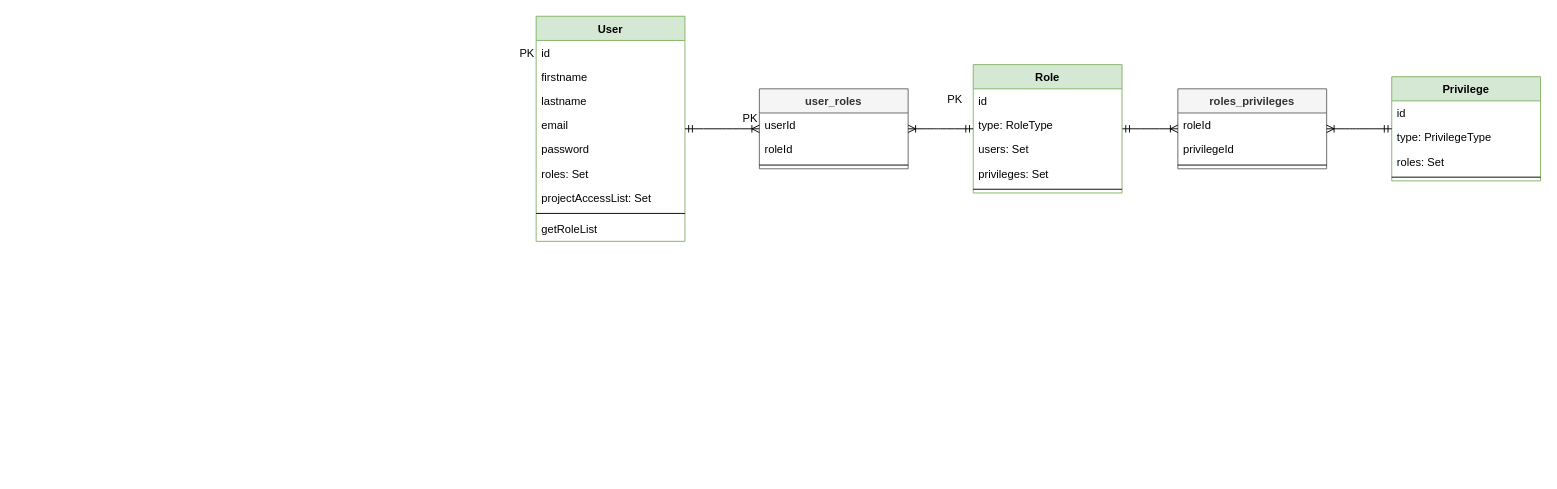
Before: docs/3 infrastructure/database model.drawio in catalinaluta/travel-app, a draw.io diagram. Source tidied: cells renumbered, new cells numbered last; positions are measured from the earlier drawing's top-left corner, leaving out a move shared by most shapes. Both pictures are drawn from the tidied source at 93%, with x=0, y=0 at pixel (512, 16).
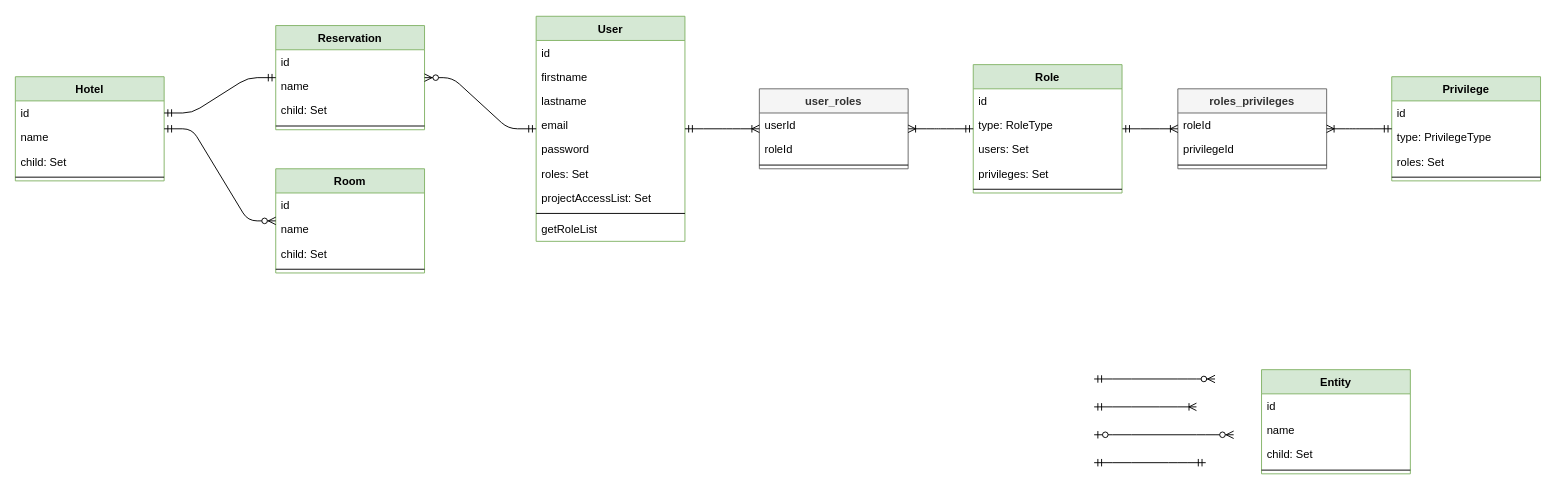
After the change.

Unchanged cells that the change refers to:
```xml
<mxCell id="13" value="User" style="swimlane;fontStyle=1;align=center;verticalAlign=top;horizontal=1;startSize=26;fillColor=#d5e8d4;strokeColor=#82b366;" parent="1" vertex="1">
  <mxGeometry x="25" width="160" height="242" as="geometry" />
</mxCell>
```

What changed in the source:
```diff
@@
-    <mxCell id="35" value="PK" style="text;html=1;align=center;verticalAlign=middle;strokeColor=none;" parent="1" vertex="1">
-      <mxGeometry y="30" width="30" height="20" as="geometry" />
+    <mxCell id="35" style="edgeStyle=entityRelationEdgeStyle;fontSize=12;html=1;endArrow=ERzeroToMany;startArrow=ERzeroToOne;" parent="1" edge="1">
+      <mxGeometry relative="1" as="geometry">
+        <mxPoint x="625" y="450" as="sourcePoint" />
+        <mxPoint x="775" y="450" as="targetPoint" />
+      </mxGeometry>
     </mxCell>
-    <mxCell id="36" value="PK" style="text;html=1;align=center;verticalAlign=middle;strokeColor=none;" parent="1" vertex="1">
-      <mxGeometry x="240" y="100" width="30" height="20" as="geometry" />
+    <mxCell id="36" style="edgeStyle=entityRelationEdgeStyle;fontSize=12;html=1;endArrow=ERzeroToMany;startArrow=ERmandOne;" parent="1" edge="1">
+      <mxGeometry relative="1" as="geometry">
+        <mxPoint x="625" y="390" as="sourcePoint" />
+        <mxPoint x="755" y="390" as="targetPoint" />
+      </mxGeometry>
     </mxCell>
-    <mxCell id="37" value="PK" style="text;html=1;align=center;verticalAlign=middle;strokeColor=none;" parent="1" vertex="1">
-      <mxGeometry x="460" y="80" width="30" height="20" as="geometry" />
+    <mxCell id="37" style="edgeStyle=entityRelationEdgeStyle;fontSize=12;html=1;endArrow=ERoneToMany;startArrow=ERmandOne;" parent="1" edge="1">
+      <mxGeometry relative="1" as="geometry">
+        <mxPoint x="625" y="420" as="sourcePoint" />
+        <mxPoint x="735" y="420" as="targetPoint" />
+      </mxGeometry>
     </mxCell>
+    <mxCell id="38" value="Entity" style="swimlane;fontStyle=1;align=center;verticalAlign=top;horizontal=1;startSize=26;fillColor=#d5e8d4;strokeColor=#82b366;" parent="1" vertex="1">
+      <mxGeometry x="805" y="380" width="160" height="112" as="geometry" />
+    </mxCell>
+    <mxCell id="39" value="id" style="text;strokeColor=none;fillColor=none;align=left;verticalAlign=top;spacingLeft=4;spacingRight=4;overflow=hidden;" parent="38" vertex="1">
+      <mxGeometry y="26" width="160" height="26" as="geometry" />
+    </mxCell>
+    <mxCell id="40" value="name" style="text;strokeColor=none;fillColor=none;align=left;verticalAlign=top;spacingLeft=4;spacingRight=4;overflow=hidden;" parent="38" vertex="1">
+      <mxGeometry y="52" width="160" height="26" as="geometry" />
+    </mxCell>
+    <mxCell id="41" value="child: Set" style="text;strokeColor=none;fillColor=none;align=left;verticalAlign=top;spacingLeft=4;spacingRight=4;overflow=hidden;" parent="38" vertex="1">
+      <mxGeometry y="78" width="160" height="26" as="geometry" />
+    </mxCell>
+    <mxCell id="42" style="line;strokeWidth=1;fillColor=none;align=left;verticalAlign=middle;spacingTop=-1;spacingLeft=3;spacingRight=3;labelPosition=right;" parent="38" vertex="1">
+      <mxGeometry y="104" width="160" height="8" as="geometry" />
+    </mxCell>
+    <mxCell id="43" style="edgeStyle=entityRelationEdgeStyle;fontSize=12;html=1;endArrow=ERmandOne;startArrow=ERmandOne;" parent="1" edge="1">
+      <mxGeometry relative="1" as="geometry">
+        <mxPoint x="625" y="480" as="sourcePoint" />
+        <mxPoint x="745" y="480" as="targetPoint" />
+      </mxGeometry>
+    </mxCell>
+    <mxCell id="44" value="Reservation" style="swimlane;fontStyle=1;align=center;verticalAlign=top;horizontal=1;startSize=26;fillColor=#d5e8d4;strokeColor=#82b366;" parent="1" vertex="1">
+      <mxGeometry x="-255" y="10" width="160" height="112" as="geometry" />
+    </mxCell>
+    <mxCell id="45" value="id" style="text;strokeColor=none;fillColor=none;align=left;verticalAlign=top;spacingLeft=4;spacingRight=4;overflow=hidden;" parent="44" vertex="1">
+      <mxGeometry y="26" width="160" height="26" as="geometry" />
+    </mxCell>
+    <mxCell id="46" value="name" style="text;strokeColor=none;fillColor=none;align=left;verticalAlign=top;spacingLeft=4;spacingRight=4;overflow=hidden;" parent="44" vertex="1">
+      <mxGeometry y="52" width="160" height="26" as="geometry" />
+    </mxCell>
+    <mxCell id="47" value="child: Set" style="text;strokeColor=none;fillColor=none;align=left;verticalAlign=top;spacingLeft=4;spacingRight=4;overflow=hidden;" parent="44" vertex="1">
+      <mxGeometry y="78" width="160" height="26" as="geometry" />
+    </mxCell>
+    <mxCell id="48" style="line;strokeWidth=1;fillColor=none;align=left;verticalAlign=middle;spacingTop=-1;spacingLeft=3;spacingRight=3;labelPosition=right;" parent="44" vertex="1">
+      <mxGeometry y="104" width="160" height="8" as="geometry" />
+    </mxCell>
+    <mxCell id="49" value="Room" style="swimlane;fontStyle=1;align=center;verticalAlign=top;horizontal=1;startSize=26;fillColor=#d5e8d4;strokeColor=#82b366;" parent="1" vertex="1">
+      <mxGeometry x="-255" y="164" width="160" height="112" as="geometry" />
+    </mxCell>
+    <mxCell id="50" value="id" style="text;strokeColor=none;fillColor=none;align=left;verticalAlign=top;spacingLeft=4;spacingRight=4;overflow=hidden;" parent="49" vertex="1">
+      <mxGeometry y="26" width="160" height="26" as="geometry" />
+    </mxCell>
+    <mxCell id="51" value="name" style="text;strokeColor=none;fillColor=none;align=left;verticalAlign=top;spacingLeft=4;spacingRight=4;overflow=hidden;" parent="49" vertex="1">
+      <mxGeometry y="52" width="160" height="26" as="geometry" />
+    </mxCell>
+    <mxCell id="52" value="child: Set" style="text;strokeColor=none;fillColor=none;align=left;verticalAlign=top;spacingLeft=4;spacingRight=4;overflow=hidden;" parent="49" vertex="1">
+      <mxGeometry y="78" width="160" height="26" as="geometry" />
+    </mxCell>
+    <mxCell id="53" style="line;strokeWidth=1;fillColor=none;align=left;verticalAlign=middle;spacingTop=-1;spacingLeft=3;spacingRight=3;labelPosition=right;" parent="49" vertex="1">
+      <mxGeometry y="104" width="160" height="8" as="geometry" />
+    </mxCell>
+    <mxCell id="54" value="Hotel" style="swimlane;fontStyle=1;align=center;verticalAlign=top;horizontal=1;startSize=26;fillColor=#d5e8d4;strokeColor=#82b366;" parent="1" vertex="1">
+      <mxGeometry x="-535" y="65" width="160" height="112" as="geometry" />
+    </mxCell>
+    <mxCell id="55" value="id" style="text;strokeColor=none;fillColor=none;align=left;verticalAlign=top;spacingLeft=4;spacingRight=4;overflow=hidden;points=[[0,0.5],[1,0.5]];portConstraint=eastwest;" parent="54" vertex="1">
+      <mxGeometry y="26" width="160" height="26" as="geometry" />
+    </mxCell>
+    <mxCell id="56" value="name" style="text;strokeColor=none;fillColor=none;align=left;verticalAlign=top;spacingLeft=4;spacingRight=4;overflow=hidden;" parent="54" vertex="1">
+      <mxGeometry y="52" width="160" height="26" as="geometry" />
+    </mxCell>
+    <mxCell id="57" value="child: Set" style="text;strokeColor=none;fillColor=none;align=left;verticalAlign=top;spacingLeft=4;spacingRight=4;overflow=hidden;" parent="54" vertex="1">
+      <mxGeometry y="78" width="160" height="26" as="geometry" />
+    </mxCell>
+    <mxCell id="58" style="line;strokeWidth=1;fillColor=none;align=left;verticalAlign=middle;spacingTop=-1;spacingLeft=3;spacingRight=3;labelPosition=right;" parent="54" vertex="1">
+      <mxGeometry y="104" width="160" height="8" as="geometry" />
+    </mxCell>
+    <mxCell id="59" style="edgeStyle=entityRelationEdgeStyle;fontSize=12;html=1;endArrow=ERzeroToMany;startArrow=ERmandOne;" parent="1" edge="1" source="54" target="49">
+      <mxGeometry relative="1" as="geometry" />
+    </mxCell>
+    <mxCell id="60" style="edgeStyle=entityRelationEdgeStyle;fontSize=12;html=1;endArrow=ERzeroToMany;startArrow=ERmandOne;" parent="1" edge="1" source="13" target="44">
+      <mxGeometry relative="1" as="geometry" />
+    </mxCell>
+    <mxCell id="61" style="edgeStyle=entityRelationEdgeStyle;fontSize=12;html=1;endArrow=ERmandOne;startArrow=ERmandOne;exitX=1;exitY=0.5;exitDx=0;exitDy=0;" parent="1" edge="1" source="55" target="44">
+      <mxGeometry relative="1" as="geometry" />
+    </mxCell>
```
